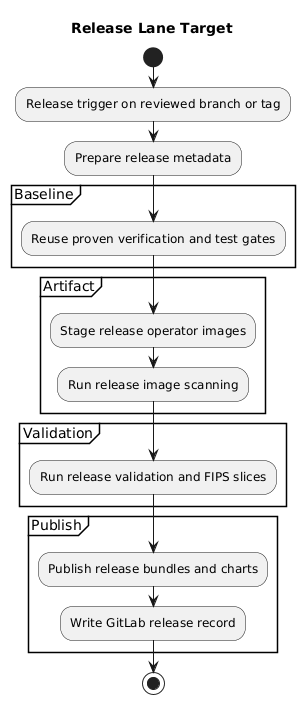
Earlier version of the PlantUML export gitlab-ci/diagrams/release-lane-target.png (splunk/splunk-operator).
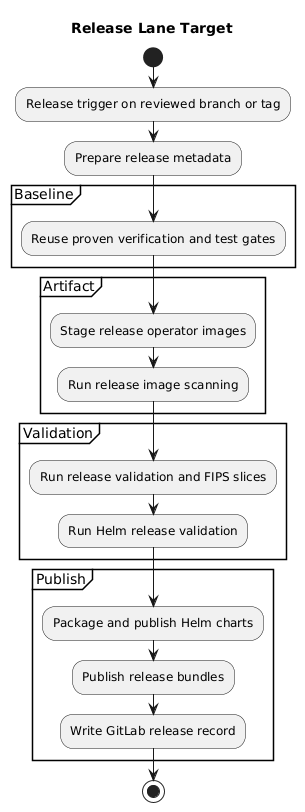
The same file after the commit.

Commit message:
CSPL-4672 docs: add nightly and helm target flows

Diff of the diagram source:
```diff
@@ -15,10 +15,12 @@
 
 partition Validation {
   :Run release validation and FIPS slices;
+  :Run Helm release validation;
 }
 
 partition Publish {
-  :Publish release bundles and charts;
+  :Package and publish Helm charts;
+  :Publish release bundles;
   :Write GitLab release record;
 }
 
```
